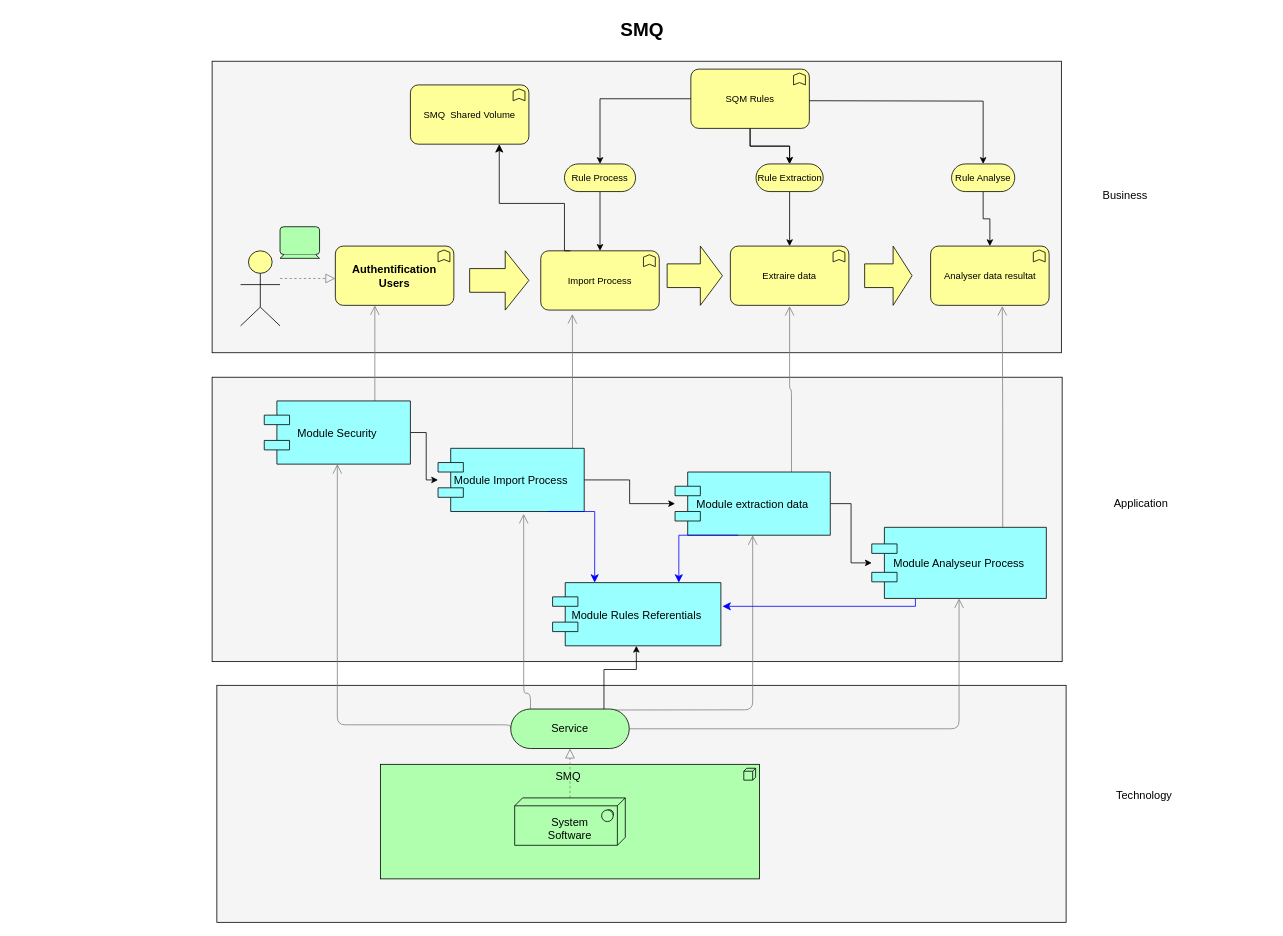
Above: Diagramme SMQ.drawio in amahmoudi/Smq2023 (draw.io), before the change. Source tidied: cells renumbered, new cells numbered last; positions are measured from the earlier drawing's top-left corner, leaving out a move shared by most shapes. Both pictures are drawn from the tidied source at 79%, with x=0, y=0 at pixel (13, 13).
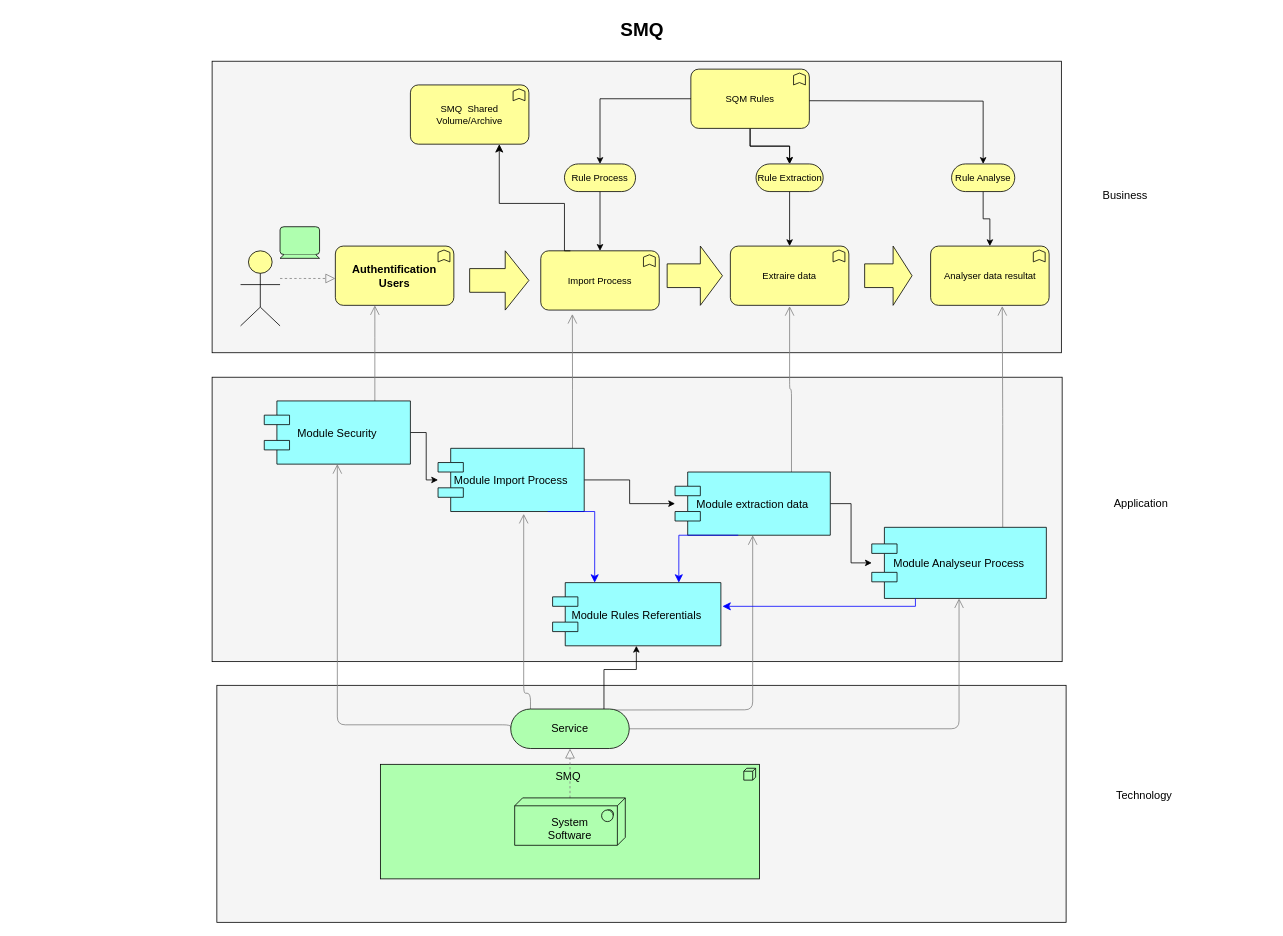
Above is the later version.

Commit message:
Mettre à jour Diagramme SMQ.drawio

The edit, as a diff of the source:
```diff
@@
-    <mxCell id="55" value="SMQ&amp;nbsp; Shared Volume" style="html=1;outlineConnect=0;whiteSpace=wrap;fillColor=#ffff99;shape=mxgraph.archimate3.application;appType=func;archiType=rounded;" parent="1" vertex="1">
+    <mxCell id="55" value="SMQ&amp;nbsp; Shared Volume/Archive" style="html=1;outlineConnect=0;whiteSpace=wrap;fillColor=#ffff99;shape=mxgraph.archimate3.application;appType=func;archiType=rounded;" parent="1" vertex="1">
       <mxGeometry x="503" y="90" width="150" height="75" as="geometry" />
     </mxCell>
```
